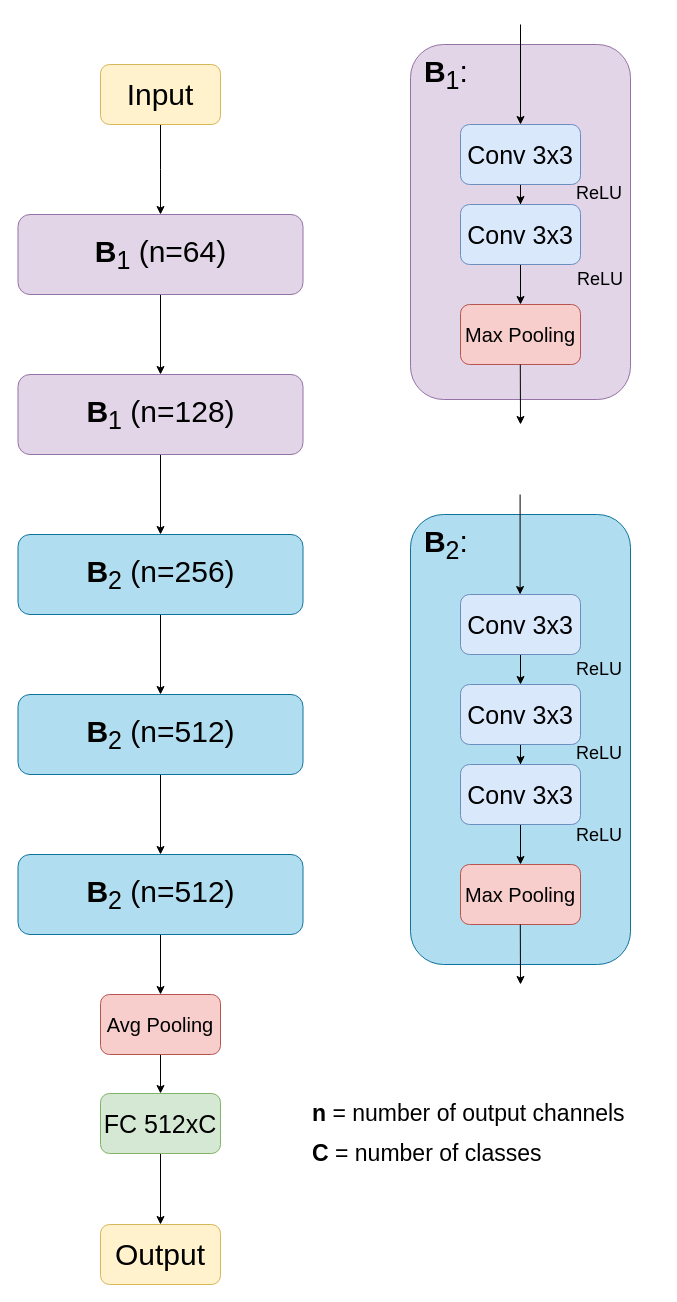
The draw.io diagram page "VGG16-C10" (5 of 9) of chapter_dlo/assets/dlo_schemes_drawio.drawio in N0ciple/latex-these, before the edit. Source tidied: cells renumbered, new cells numbered last; positions are measured from the earlier drawing's top-left corner, leaving out a move shared by most shapes. Both pictures are drawn from the tidied source at 100%, with x=0, y=0 at pixel (18, 24).
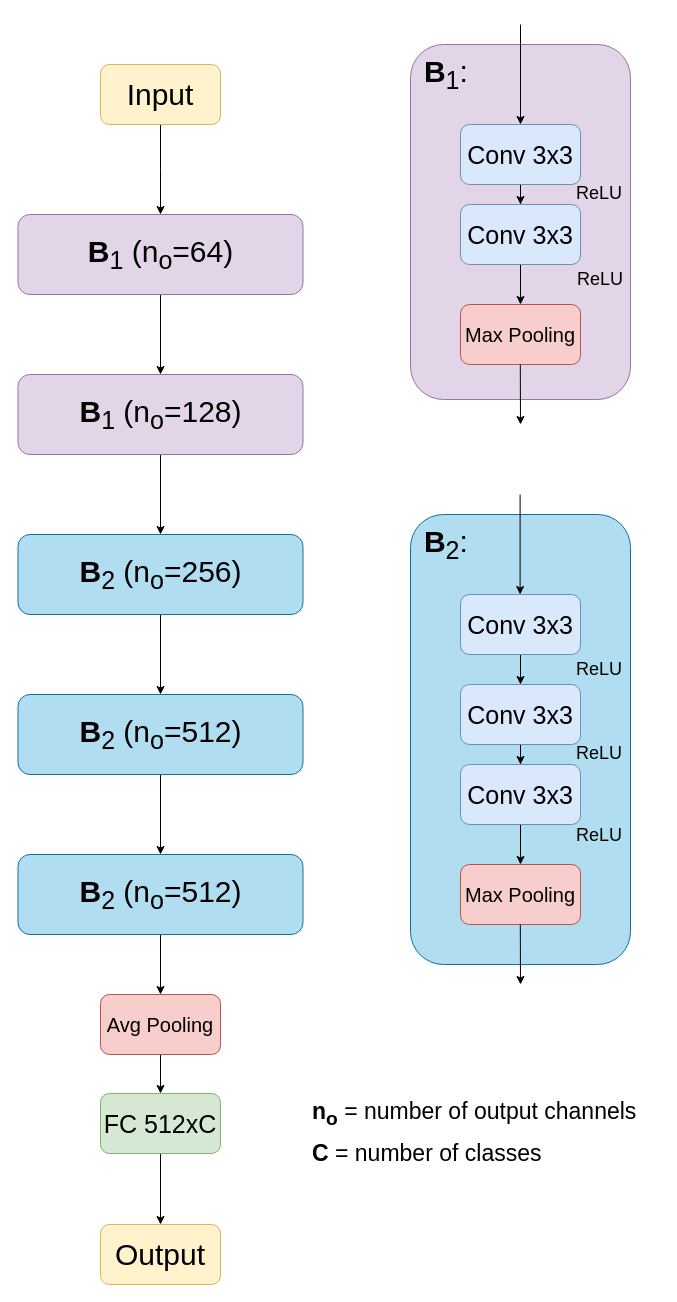
The same page after the edit.

Commit message (it also covers changes not shown here):
update scheme notations (n_o=number of channels)

The edit, as a diff of the source:
```diff
@@
-    <mxCell id="12" value="&lt;font style=&quot;font-size: 30px;&quot;&gt;&lt;b&gt;B&lt;/b&gt;&lt;sub style=&quot;&quot;&gt;1&lt;/sub&gt; (n=64)&lt;/font&gt;" style="rounded=1;whiteSpace=wrap;html=1;fillColor=#e1d5e7;strokeColor=#9673a6;" parent="1" vertex="1">
+    <mxCell id="12" value="&lt;font style=&quot;font-size: 30px;&quot;&gt;&lt;b&gt;B&lt;/b&gt;&lt;sub style=&quot;&quot;&gt;1&lt;/sub&gt; (n&lt;sub&gt;o&lt;/sub&gt;=64)&lt;/font&gt;" style="rounded=1;whiteSpace=wrap;html=1;fillColor=#e1d5e7;strokeColor=#9673a6;" parent="1" vertex="1">
       <mxGeometry x="-0.5" y="190" width="285" height="80" as="geometry" />
     </mxCell>
@@
-    <mxCell id="14" value="&lt;font style=&quot;font-size: 30px;&quot;&gt;&lt;b&gt;B&lt;/b&gt;&lt;sub&gt;1&lt;/sub&gt; (n=128)&lt;/font&gt;" style="rounded=1;whiteSpace=wrap;html=1;fillColor=#e1d5e7;strokeColor=#9673a6;" parent="1" vertex="1">
+    <mxCell id="14" value="&lt;font style=&quot;font-size: 30px;&quot;&gt;&lt;b&gt;B&lt;/b&gt;&lt;sub&gt;1&lt;/sub&gt; (n&lt;sub&gt;o&lt;/sub&gt;=128)&lt;/font&gt;" style="rounded=1;whiteSpace=wrap;html=1;fillColor=#e1d5e7;strokeColor=#9673a6;" parent="1" vertex="1">
       <mxGeometry x="-0.5" y="350" width="285" height="80" as="geometry" />
     </mxCell>
@@
-    <mxCell id="16" value="&lt;font style=&quot;font-size: 30px;&quot;&gt;&lt;b&gt;B&lt;/b&gt;&lt;sub style=&quot;&quot;&gt;2&lt;/sub&gt; (n=256)&lt;/font&gt;" style="rounded=1;whiteSpace=wrap;html=1;fillColor=#b1ddf0;strokeColor=#10739e;" parent="1" vertex="1">
+    <mxCell id="16" value="&lt;font style=&quot;font-size: 30px;&quot;&gt;&lt;b&gt;B&lt;/b&gt;&lt;sub style=&quot;&quot;&gt;2&lt;/sub&gt; (n&lt;sub&gt;o&lt;/sub&gt;=256)&lt;/font&gt;" style="rounded=1;whiteSpace=wrap;html=1;fillColor=#b1ddf0;strokeColor=#10739e;" parent="1" vertex="1">
       <mxGeometry x="-0.5" y="510" width="285" height="80" as="geometry" />
     </mxCell>
@@
-    <mxCell id="18" value="&lt;font style=&quot;font-size: 30px;&quot;&gt;&lt;b&gt;B&lt;/b&gt;&lt;sub&gt;2&lt;/sub&gt; (n=512)&lt;/font&gt;" style="rounded=1;whiteSpace=wrap;html=1;fillColor=#b1ddf0;strokeColor=#10739e;" parent="1" vertex="1">
+    <mxCell id="18" value="&lt;font style=&quot;font-size: 30px;&quot;&gt;&lt;b&gt;B&lt;/b&gt;&lt;sub&gt;2&lt;/sub&gt; (n&lt;sub&gt;o&lt;/sub&gt;=512)&lt;/font&gt;" style="rounded=1;whiteSpace=wrap;html=1;fillColor=#b1ddf0;strokeColor=#10739e;" parent="1" vertex="1">
       <mxGeometry x="-0.5" y="670" width="285" height="80" as="geometry" />
     </mxCell>
@@
-    <mxCell id="20" value="&lt;font style=&quot;font-size: 30px;&quot;&gt;&lt;b&gt;B&lt;/b&gt;&lt;sub&gt;2&lt;/sub&gt; (n=512)&lt;/font&gt;" style="rounded=1;whiteSpace=wrap;html=1;fillColor=#b1ddf0;strokeColor=#10739e;" parent="1" vertex="1">
+    <mxCell id="20" value="&lt;font style=&quot;font-size: 30px;&quot;&gt;&lt;b&gt;B&lt;/b&gt;&lt;sub&gt;2&lt;/sub&gt; (n&lt;sub&gt;o&lt;/sub&gt;=512)&lt;/font&gt;" style="rounded=1;whiteSpace=wrap;html=1;fillColor=#b1ddf0;strokeColor=#10739e;" parent="1" vertex="1">
       <mxGeometry x="-0.5" y="830" width="285" height="80" as="geometry" />
     </mxCell>
@@
-    <mxCell id="24" value="&lt;font style=&quot;font-size: 23px;&quot;&gt;&lt;b&gt;n&lt;/b&gt; = number of output channels&lt;/font&gt;" style="text;html=1;strokeColor=none;fillColor=none;align=left;verticalAlign=middle;whiteSpace=wrap;rounded=0;" parent="1" vertex="1">
-      <mxGeometry x="292" y="1069" width="320" height="40" as="geometry" />
+    <mxCell id="24" value="&lt;font style=&quot;font-size: 23px;&quot;&gt;&lt;b&gt;n&lt;sub&gt;o&lt;/sub&gt;&lt;/b&gt; = number of output channels&lt;/font&gt;" style="text;html=1;strokeColor=none;fillColor=none;align=left;verticalAlign=middle;whiteSpace=wrap;rounded=0;" parent="1" vertex="1">
+      <mxGeometry x="292" y="1069" width="350" height="40" as="geometry" />
     </mxCell>
```
